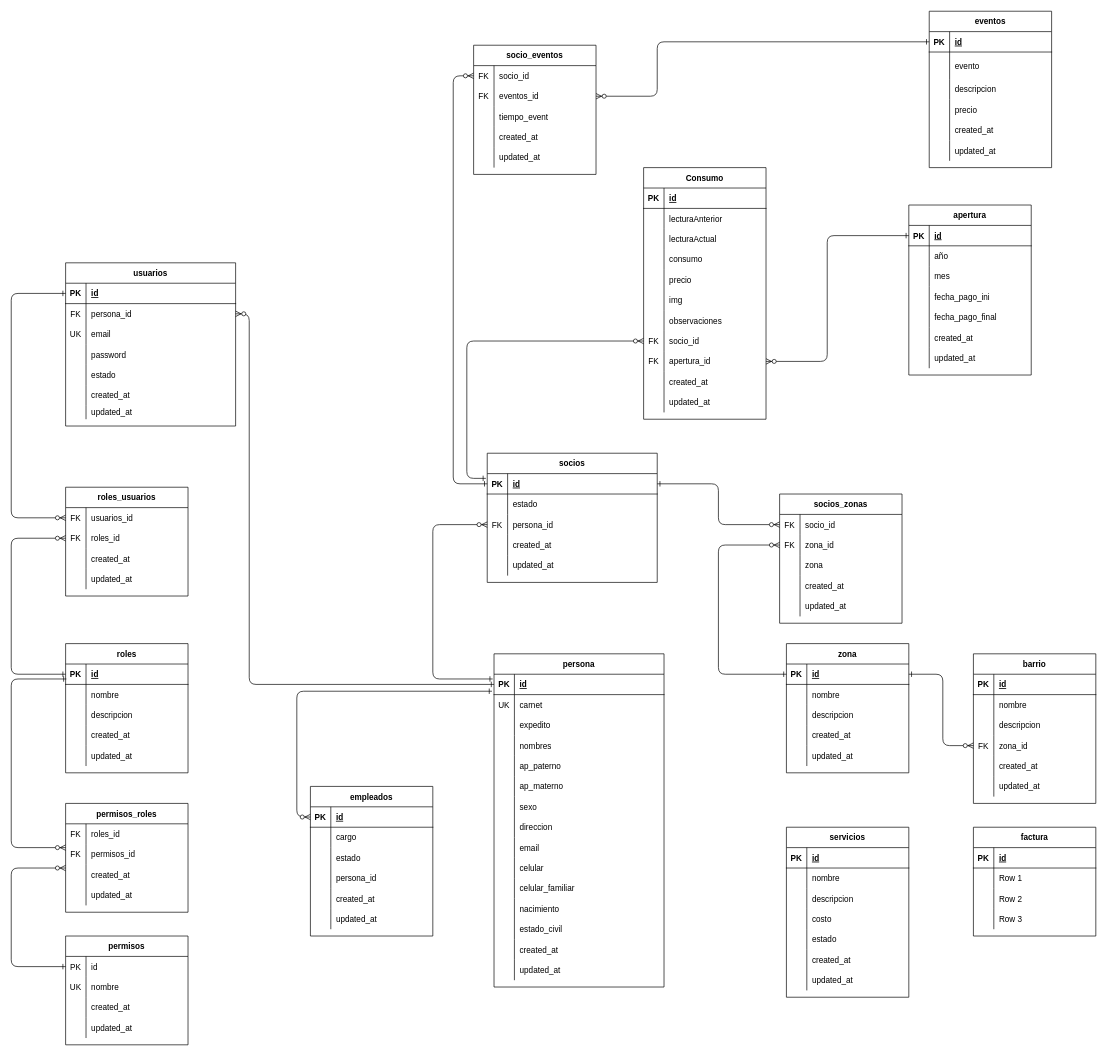
Earlier version of the draw.io diagram AguaPotable/aguapotable.drawio (DavidSalinasPoma/backendaguapotable). Source tidied: cells renumbered, new cells numbered last; positions are measured from the earlier drawing's top-left corner, leaving out a move shared by most shapes. Both pictures are drawn from the tidied source at 68%, with x=0, y=0 at pixel (-37, 11).
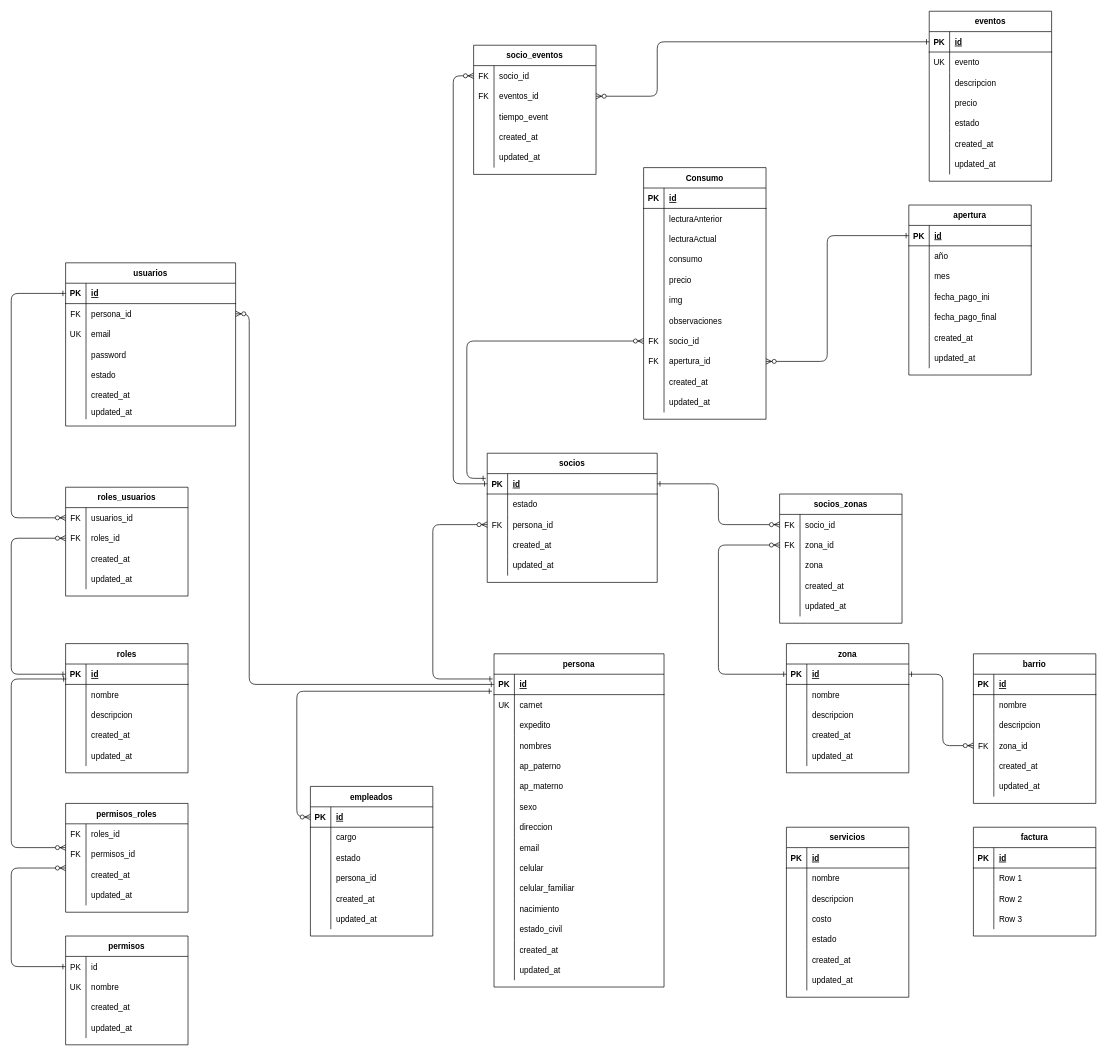
After the change.

Change to the diagram source:
```diff
@@
     <mxCell id="105" value="eventos" style="shape=table;startSize=30;childLayout=tableLayout;rowLines=0;fontStyle=1;align=center;" parent="1" vertex="1">
-      <mxGeometry x="1420" width="180" height="230" as="geometry" />
+      <mxGeometry x="1420" width="180" height="250" as="geometry" />
     </mxCell>
@@
     <mxCell id="109" style="shape=partialRectangle;fillColor=none;top=0;left=0;bottom=0;right=0;" parent="105" vertex="1">
-      <mxGeometry y="60" width="180" height="40" as="geometry" />
+      <mxGeometry y="60" width="180" height="30" as="geometry" />
     </mxCell>
-    <mxCell id="110" style="shape=partialRectangle;fillColor=none;top=0;left=0;bottom=0;right=0;overflow=hidden;" parent="109" vertex="1">
-      <mxGeometry width="30" height="40" as="geometry" />
+    <mxCell id="110" value="UK" style="shape=partialRectangle;fillColor=none;top=0;left=0;bottom=0;right=0;overflow=hidden;" parent="109" vertex="1">
+      <mxGeometry width="30" height="30" as="geometry" />
     </mxCell>
     <mxCell id="111" value="evento" style="shape=partialRectangle;fillColor=none;top=0;left=0;bottom=0;right=0;align=left;spacingLeft=6;overflow=hidden;" parent="109" vertex="1">
-      <mxGeometry x="30" width="150" height="40" as="geometry" />
+      <mxGeometry x="30" width="150" height="30" as="geometry" />
     </mxCell>
     <mxCell id="112" style="shape=partialRectangle;fillColor=none;top=0;left=0;bottom=0;right=0;" parent="105" vertex="1">
-      <mxGeometry y="100" width="180" height="30" as="geometry" />
+      <mxGeometry y="90" width="180" height="30" as="geometry" />
     </mxCell>
@@
     <mxCell id="115" style="shape=partialRectangle;fillColor=none;top=0;left=0;bottom=0;right=0;" parent="105" vertex="1">
-      <mxGeometry y="130" width="180" height="30" as="geometry" />
+      <mxGeometry y="120" width="180" height="30" as="geometry" />
     </mxCell>
@@
+    <mxCell id="351" style="shape=partialRectangle;fillColor=none;top=0;left=0;bottom=0;right=0;" parent="105" vertex="1">
+      <mxGeometry y="150" width="180" height="30" as="geometry" />
+    </mxCell>
+    <mxCell id="352" style="shape=partialRectangle;fillColor=none;top=0;left=0;bottom=0;right=0;overflow=hidden;" parent="351" vertex="1">
+      <mxGeometry width="30" height="30" as="geometry" />
+    </mxCell>
+    <mxCell id="353" value="estado" style="shape=partialRectangle;fillColor=none;top=0;left=0;bottom=0;right=0;align=left;spacingLeft=6;overflow=hidden;" parent="351" vertex="1">
+      <mxGeometry x="30" width="150" height="30" as="geometry" />
+    </mxCell>
     <mxCell id="118" style="shape=partialRectangle;fillColor=none;top=0;left=0;bottom=0;right=0;" parent="105" vertex="1">
-      <mxGeometry y="160" width="180" height="30" as="geometry" />
+      <mxGeometry y="180" width="180" height="30" as="geometry" />
     </mxCell>
@@
     <mxCell id="121" style="shape=partialRectangle;fillColor=none;top=0;left=0;bottom=0;right=0;" parent="105" vertex="1">
-      <mxGeometry y="190" width="180" height="30" as="geometry" />
+      <mxGeometry y="210" width="180" height="30" as="geometry" />
     </mxCell>
```
